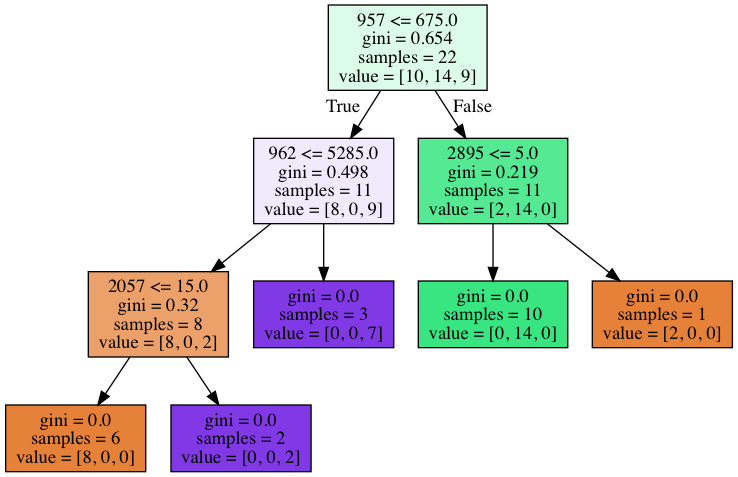
Before: analysis/ec2/1_outputs/rf_trees/tree_4.png, a diagram exported from Graphviz (swkang73/ecig). Its source is kept beside it as analysis/ec2/1_outputs/rf_trees/tree_4.dot.
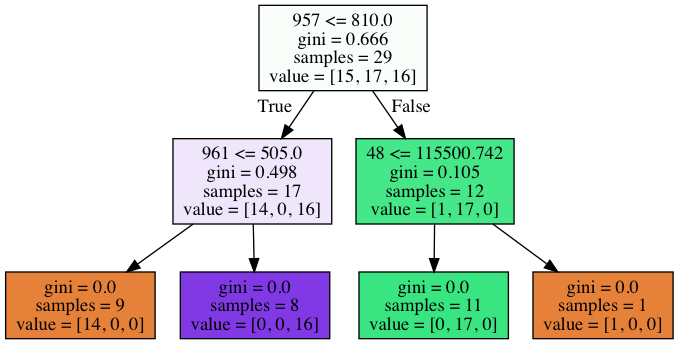
Later version of the same file.

The edit, as a diff of the source:
```diff
@@ -1,20 +1,16 @@
 digraph Tree {
 node [shape=box, style="filled", color="black"] ;
-0 [label="957 <= 675.0\ngini = 0.654\nsamples = 22\nvalue = [10, 14, 9]", fillcolor="#39e5812c"] ;
-1 [label="962 <= 5285.0\ngini = 0.498\nsamples = 11\nvalue = [8, 0, 9]", fillcolor="#8139e51c"] ;
+0 [label="957 <= 810.0\ngini = 0.666\nsamples = 29\nvalue = [15, 17, 16]", fillcolor="#39e58108"] ;
+1 [label="961 <= 505.0\ngini = 0.498\nsamples = 17\nvalue = [14, 0, 16]", fillcolor="#8139e520"] ;
 0 -> 1 [labeldistance=2.5, labelangle=45, headlabel="True"] ;
-2 [label="2057 <= 15.0\ngini = 0.32\nsamples = 8\nvalue = [8, 0, 2]", fillcolor="#e58139bf"] ;
+2 [label="gini = 0.0\nsamples = 9\nvalue = [14, 0, 0]", fillcolor="#e58139ff"] ;
 1 -> 2 ;
-3 [label="gini = 0.0\nsamples = 6\nvalue = [8, 0, 0]", fillcolor="#e58139ff"] ;
-2 -> 3 ;
-4 [label="gini = 0.0\nsamples = 2\nvalue = [0, 0, 2]", fillcolor="#8139e5ff"] ;
-2 -> 4 ;
-5 [label="gini = 0.0\nsamples = 3\nvalue = [0, 0, 7]", fillcolor="#8139e5ff"] ;
-1 -> 5 ;
-6 [label="2895 <= 5.0\ngini = 0.219\nsamples = 11\nvalue = [2, 14, 0]", fillcolor="#39e581db"] ;
-0 -> 6 [labeldistance=2.5, labelangle=-45, headlabel="False"] ;
-7 [label="gini = 0.0\nsamples = 10\nvalue = [0, 14, 0]", fillcolor="#39e581ff"] ;
-6 -> 7 ;
-8 [label="gini = 0.0\nsamples = 1\nvalue = [2, 0, 0]", fillcolor="#e58139ff"] ;
-6 -> 8 ;
+3 [label="gini = 0.0\nsamples = 8\nvalue = [0, 0, 16]", fillcolor="#8139e5ff"] ;
+1 -> 3 ;
+4 [label="48 <= 115500.742\ngini = 0.105\nsamples = 12\nvalue = [1, 17, 0]", fillcolor="#39e581f0"] ;
+0 -> 4 [labeldistance=2.5, labelangle=-45, headlabel="False"] ;
+5 [label="gini = 0.0\nsamples = 11\nvalue = [0, 17, 0]", fillcolor="#39e581ff"] ;
+4 -> 5 ;
+6 [label="gini = 0.0\nsamples = 1\nvalue = [1, 0, 0]", fillcolor="#e58139ff"] ;
+4 -> 6 ;
 }
```
